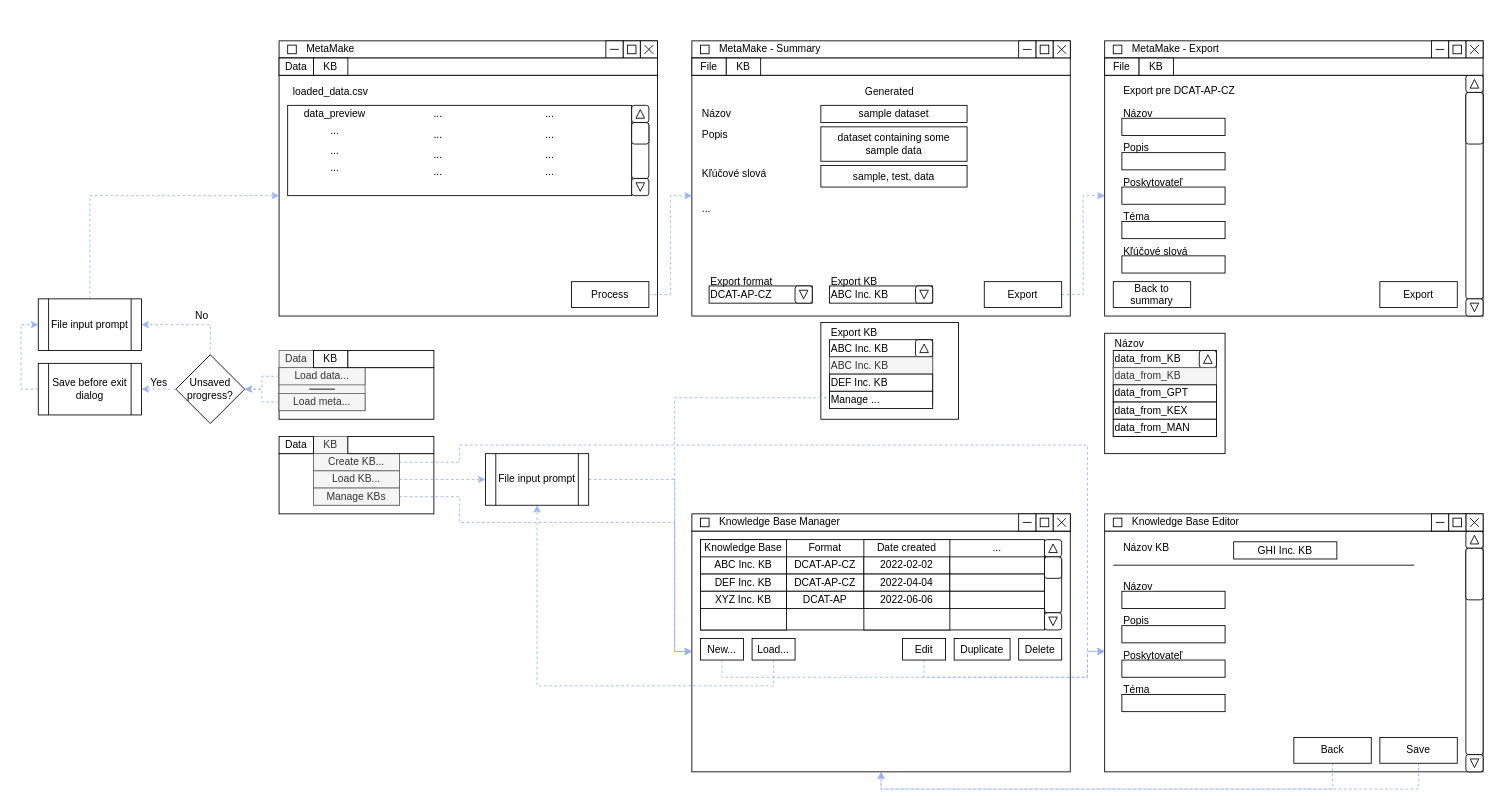
Earlier version of the draw.io diagram page "UI Sketch" (2 of 3) of MetaMake.drawio (SaNuelson/MetaMake). Source tidied: cells renumbered, new cells numbered last; positions are measured from the earlier drawing's top-left corner, leaving out a move shared by most shapes. Both pictures are drawn from the tidied source at 86%, with x=0, y=0 at pixel (38, 15).
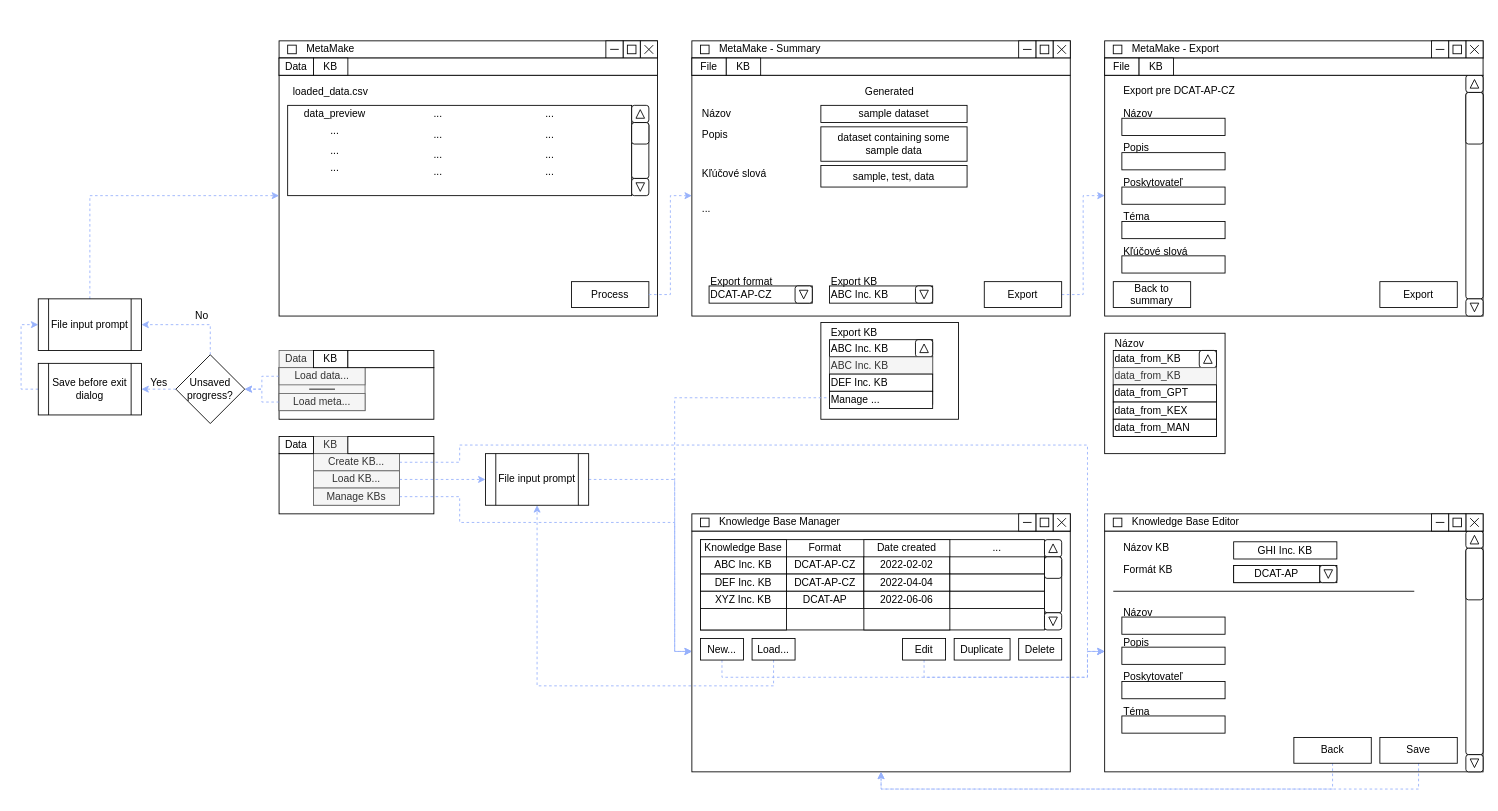
The same diagram, later.

The edit, as a diff of the source:
```diff
@@
-    <mxCell id="187" value="Názov" style="text;html=1;strokeColor=none;fillColor=none;align=left;verticalAlign=middle;whiteSpace=wrap;rounded=0;" parent="1" vertex="1">
-      <mxGeometry x="1260" y="650" width="120" height="30" as="geometry" />
+    <mxCell id="187" value="Formát KB" style="text;html=1;strokeColor=none;fillColor=none;align=left;verticalAlign=middle;whiteSpace=wrap;rounded=0;" parent="1" vertex="1">
+      <mxGeometry x="1260" y="630" width="120" height="30" as="geometry" />
     </mxCell>
     <mxCell id="188" style="rounded=0;whiteSpace=wrap;html=1;" parent="1" vertex="1">
-      <mxGeometry x="1260" y="670" width="120" height="20" as="geometry" />
+      <mxGeometry x="1390" y="640" width="120" height="20" as="geometry" />
     </mxCell>
     <mxCell id="189" value="Popis" style="text;html=1;strokeColor=none;fillColor=none;align=left;verticalAlign=middle;whiteSpace=wrap;rounded=0;" parent="1" vertex="1">
-      <mxGeometry x="1260" y="690" width="120" height="30" as="geometry" />
+      <mxGeometry x="1260" y="715" width="120" height="30" as="geometry" />
     </mxCell>
     <mxCell id="190" style="rounded=0;whiteSpace=wrap;html=1;" parent="1" vertex="1">
-      <mxGeometry x="1260" y="710" width="120" height="20" as="geometry" />
+      <mxGeometry x="1260" y="735" width="120" height="20" as="geometry" />
     </mxCell>
     <mxCell id="191" value="Poskytovateľ" style="text;html=1;strokeColor=none;fillColor=none;align=left;verticalAlign=middle;whiteSpace=wrap;rounded=0;" parent="1" vertex="1">
-      <mxGeometry x="1260" y="730" width="120" height="30" as="geometry" />
+      <mxGeometry x="1260" y="755" width="120" height="30" as="geometry" />
     </mxCell>
     <mxCell id="192" style="rounded=0;whiteSpace=wrap;html=1;" parent="1" vertex="1">
-      <mxGeometry x="1260" y="750" width="120" height="20" as="geometry" />
+      <mxGeometry x="1260" y="775" width="120" height="20" as="geometry" />
     </mxCell>
     <mxCell id="193" value="Téma" style="text;html=1;strokeColor=none;fillColor=none;align=left;verticalAlign=middle;whiteSpace=wrap;rounded=0;" parent="1" vertex="1">
-      <mxGeometry x="1260" y="770" width="120" height="30" as="geometry" />
+      <mxGeometry x="1260" y="795" width="120" height="30" as="geometry" />
     </mxCell>
     <mxCell id="194" style="rounded=0;whiteSpace=wrap;html=1;" parent="1" vertex="1">
-      <mxGeometry x="1260" y="790" width="120" height="20" as="geometry" />
+      <mxGeometry x="1260" y="815" width="120" height="20" as="geometry" />
     </mxCell>
@@
     <mxCell id="217" style="endArrow=none;html=1;rounded=0;" parent="1" edge="1">
       <mxGeometry relative="1" as="geometry">
-        <mxPoint x="1250" y="639.7" as="sourcePoint" />
-        <mxPoint x="1600" y="639.7" as="targetPoint" />
+        <mxPoint x="1250" y="670" as="sourcePoint" />
+        <mxPoint x="1600" y="670" as="targetPoint" />
       </mxGeometry>
     </mxCell>
@@
+    <mxCell id="232" style="rounded=0;whiteSpace=wrap;html=1;" parent="1" vertex="1">
+      <mxGeometry x="1260" y="700" width="120" height="20" as="geometry" />
+    </mxCell>
+    <mxCell id="233" value="Názov" style="text;html=1;strokeColor=none;fillColor=none;align=left;verticalAlign=middle;whiteSpace=wrap;rounded=0;" parent="1" vertex="1">
+      <mxGeometry x="1260" y="680" width="120" height="30" as="geometry" />
+    </mxCell>
+    <mxCell id="234" style="rounded=1;whiteSpace=wrap;html=1;" parent="1" vertex="1">
+      <mxGeometry x="1490" y="640" width="20" height="20" as="geometry" />
+    </mxCell>
+    <mxCell id="235" style="triangle;whiteSpace=wrap;html=1;rotation=90;" parent="1" vertex="1">
+      <mxGeometry x="1495" y="645" width="10" height="10" as="geometry" />
+    </mxCell>
+    <mxCell id="236" value="DCAT-AP" style="rounded=0;whiteSpace=wrap;html=1;" parent="1" vertex="1">
+      <mxGeometry x="1390" y="640" width="100" height="20" as="geometry" />
+    </mxCell>
```
